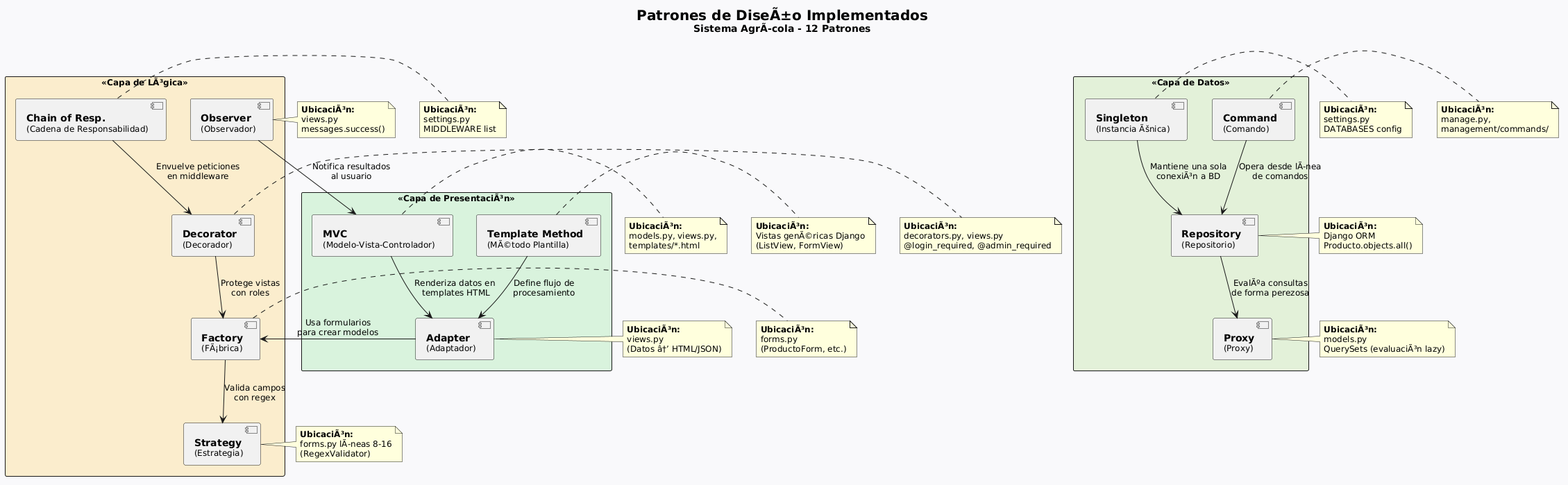
danieldavid-23/lilliana-2 keeps this PlantUML diagram as docs/diagrams/pattern_diagram.png. Above is the earlier version. Its diagram source:
```plantuml
@startuml
skinparam packageStyle rectangle
skinparam backgroundColor #F8F9FA
skinparam defaultFontName Segoe UI
skinparam defaultFontSize 12

title <size:20><b>Patrones de DiseÃ±o Implementados</b></size>\n<size:14>Sistema AgrÃ­cola - 12 Patrones</size>

package "<< Capa de PresentaciÃ³n >>" as presentation #D8F3DC {
  [<size:14><b>MVC</b></size>\n(Modelo-Vista-Controlador)] as mvc
  [<size:14><b>Adapter</b></size>\n(Adaptador)] as adapter
  [<size:14><b>Template Method</b></size>\n(MÃ©todo Plantilla)] as template
}

package "<< Capa de LÃ³gica >>" as logic #FAEDCD {
  [<size:14><b>Factory</b></size>\n(FÃ¡brica)] as factory
  [<size:14><b>Strategy</b></size>\n(Estrategia)] as strategy
  [<size:14><b>Decorator</b></size>\n(Decorador)] as decorator
  [<size:14><b>Observer</b></size>\n(Observador)] as observer
  [<size:14><b>Chain of Resp.</b></size>\n(Cadena de Responsabilidad)] as chain
}

package "<< Capa de Datos >>" as data #E2F0D9 {
  [<size:14><b>Singleton</b></size>\n(Instancia Ãšnica)] as singleton
  [<size:14><b>Proxy</b></size>\n(Proxy)] as proxy
  [<size:14><b>Repository</b></size>\n(Repositorio)] as repository
  [<size:14><b>Command</b></size>\n(Comando)] as command
}

mvc --> adapter : "Renderiza datos en\n templates HTML"
adapter --> factory : "Usa formularios\npara crear modelos"
factory --> strategy : "Valida campos\ncon regex"
decorator --> factory : "Protege vistas\ncon roles"
observer --> mvc : "Notifica resultados\nal usuario"
chain --> decorator : "Envuelve peticiones\nen middleware"
template --> adapter : "Define flujo de\nprocesamiento"
repository --> proxy : "EvalÃºa consultas\nde forma perezosa"
singleton --> repository : "Mantiene una sola\nconexiÃ³n a BD"
command --> repository : "Opera desde lÃ­nea\nde comandos"

note right of mvc
  <b>UbicaciÃ³n:</b>
  models.py, views.py,
  templates/*.html
end note

note right of adapter
  <b>UbicaciÃ³n:</b>
  views.py
  (Datos â†’ HTML/JSON)
end note

note right of template
  <b>UbicaciÃ³n:</b>
  Vistas genÃ©ricas Django
  (ListView, FormView)
end note

note right of factory
  <b>UbicaciÃ³n:</b>
  forms.py
  (ProductoForm, etc.)
end note

note right of strategy
  <b>UbicaciÃ³n:</b>
  forms.py lÃ­neas 8-16
  (RegexValidator)
end note

note right of decorator
  <b>UbicaciÃ³n:</b>
  decorators.py, views.py
  @login_required, @admin_required
end note

note right of observer
  <b>UbicaciÃ³n:</b>
  views.py
  messages.success()
end note

note right of chain
  <b>UbicaciÃ³n:</b>
  settings.py
  MIDDLEWARE list
end note

note right of singleton
  <b>UbicaciÃ³n:</b>
  settings.py
  DATABASES config
end note

note right of proxy
  <b>UbicaciÃ³n:</b>
  models.py
  QuerySets (evaluaciÃ³n lazy)
end note

note right of repository
  <b>UbicaciÃ³n:</b>
  Django ORM
  Producto.objects.all()
end note

note right of command
  <b>UbicaciÃ³n:</b>
  manage.py,
  management/commands/
end note
@enduml
```
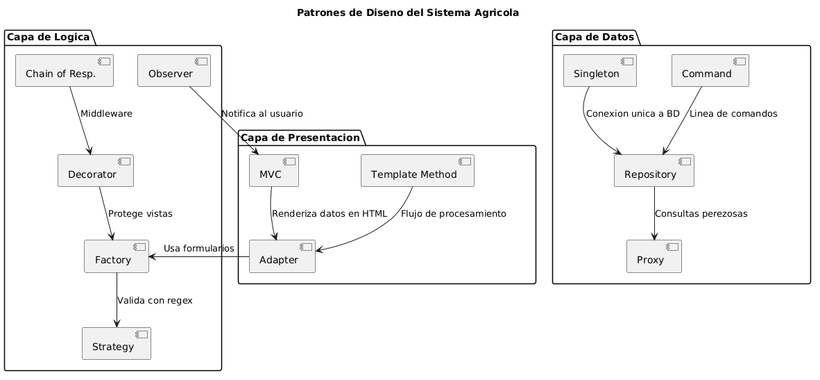
After the change.

Commit message:
docs: mejorar legibilidad de los 6 diagramas UML - letra mas clara y todo en espanol

The edit, as a diff of the source:
```diff
@@ -1,112 +1,35 @@
 @startuml
-skinparam packageStyle rectangle
-skinparam backgroundColor #F8F9FA
-skinparam defaultFontName Segoe UI
-skinparam defaultFontSize 12
+title Patrones de Diseno del Sistema Agricola
 
-title <size:20><b>Patrones de DiseÃ±o Implementados</b></size>\n<size:14>Sistema AgrÃ­cola - 12 Patrones</size>
-
-package "<< Capa de PresentaciÃ³n >>" as presentation #D8F3DC {
-  [<size:14><b>MVC</b></size>\n(Modelo-Vista-Controlador)] as mvc
-  [<size:14><b>Adapter</b></size>\n(Adaptador)] as adapter
-  [<size:14><b>Template Method</b></size>\n(MÃ©todo Plantilla)] as template
+package "Capa de Presentacion" as presentation {
+  [MVC] as mvc
+  [Adapter] as adapter
+  [Template Method] as template
 }
 
-package "<< Capa de LÃ³gica >>" as logic #FAEDCD {
-  [<size:14><b>Factory</b></size>\n(FÃ¡brica)] as factory
-  [<size:14><b>Strategy</b></size>\n(Estrategia)] as strategy
-  [<size:14><b>Decorator</b></size>\n(Decorador)] as decorator
-  [<size:14><b>Observer</b></size>\n(Observador)] as observer
-  [<size:14><b>Chain of Resp.</b></size>\n(Cadena de Responsabilidad)] as chain
+package "Capa de Logica" as logic {
+  [Factory] as factory
+  [Strategy] as strategy
+  [Decorator] as decorator
+  [Observer] as observer
+  [Chain of Resp.] as chain
 }
 
-package "<< Capa de Datos >>" as data #E2F0D9 {
-  [<size:14><b>Singleton</b></size>\n(Instancia Ãšnica)] as singleton
-  [<size:14><b>Proxy</b></size>\n(Proxy)] as proxy
-  [<size:14><b>Repository</b></size>\n(Repositorio)] as repository
-  [<size:14><b>Command</b></size>\n(Comando)] as command
+package "Capa de Datos" as data {
+  [Singleton] as singleton
+  [Proxy] as proxy
+  [Repository] as repository
+  [Command] as command
 }
 
-mvc --> adapter : "Renderiza datos en\n templates HTML"
-adapter --> factory : "Usa formularios\npara crear modelos"
-factory --> strategy : "Valida campos\ncon regex"
-decorator --> factory : "Protege vistas\ncon roles"
-observer --> mvc : "Notifica resultados\nal usuario"
-chain --> decorator : "Envuelve peticiones\nen middleware"
-template --> adapter : "Define flujo de\nprocesamiento"
-repository --> proxy : "EvalÃºa consultas\nde forma perezosa"
-singleton --> repository : "Mantiene una sola\nconexiÃ³n a BD"
-command --> repository : "Opera desde lÃ­nea\nde comandos"
-
-note right of mvc
-  <b>UbicaciÃ³n:</b>
-  models.py, views.py,
-  templates/*.html
-end note
-
-note right of adapter
-  <b>UbicaciÃ³n:</b>
-  views.py
-  (Datos â†’ HTML/JSON)
-end note
-
-note right of template
-  <b>UbicaciÃ³n:</b>
-  Vistas genÃ©ricas Django
-  (ListView, FormView)
-end note
-
-note right of factory
-  <b>UbicaciÃ³n:</b>
-  forms.py
-  (ProductoForm, etc.)
-end note
-
-note right of strategy
-  <b>UbicaciÃ³n:</b>
-  forms.py lÃ­neas 8-16
-  (RegexValidator)
-end note
-
-note right of decorator
-  <b>UbicaciÃ³n:</b>
-  decorators.py, views.py
-  @login_required, @admin_required
-end note
-
-note right of observer
-  <b>UbicaciÃ³n:</b>
-  views.py
-  messages.success()
-end note
-
-note right of chain
-  <b>UbicaciÃ³n:</b>
-  settings.py
-  MIDDLEWARE list
-end note
-
-note right of singleton
-  <b>UbicaciÃ³n:</b>
-  settings.py
-  DATABASES config
-end note
-
-note right of proxy
-  <b>UbicaciÃ³n:</b>
-  models.py
-  QuerySets (evaluaciÃ³n lazy)
-end note
-
-note right of repository
-  <b>UbicaciÃ³n:</b>
-  Django ORM
-  Producto.objects.all()
-end note
-
-note right of command
-  <b>UbicaciÃ³n:</b>
-  manage.py,
-  management/commands/
-end note
+mvc --> adapter : Renderiza datos en HTML
+adapter --> factory : Usa formularios
+factory --> strategy : Valida con regex
+decorator --> factory : Protege vistas
+observer --> mvc : Notifica al usuario
+chain --> decorator : Middleware
+template --> adapter : Flujo de procesamiento
+repository --> proxy : Consultas perezosas
+singleton --> repository : Conexion unica a BD
+command --> repository : Linea de comandos
 @enduml
```
